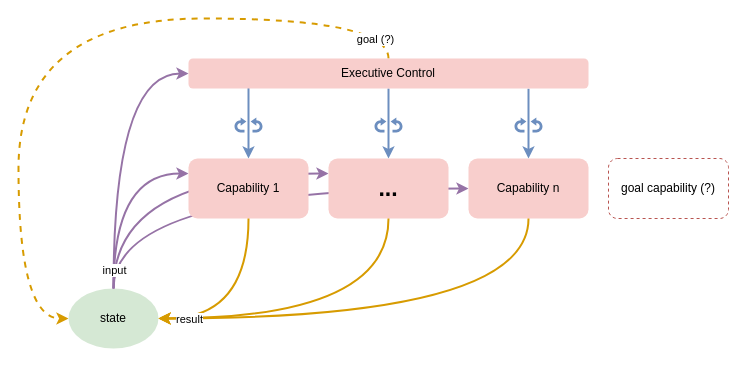
The draw.io diagram page "active-passive-ec" (4 of 5) of files/Biological-basis-for-proto-AGI.drawio in malcolmlett/malcolmlett.github.io, before the edit. Source tidied: cells renumbered, new cells numbered last; positions are measured from the earlier drawing's top-left corner, leaving out a move shared by most shapes. Both pictures are drawn from the tidied source at 100%, with x=0, y=0 at pixel (18, 18).
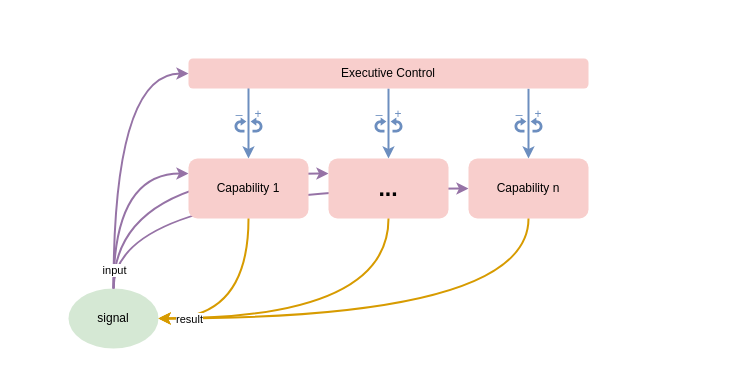
The same diagram, later.

Commit message (it also covers changes not shown here):
Goal setting

Unchanged cells that the change refers to:
```xml
<mxCell id="7" value="Executive Control" style="rounded=1;whiteSpace=wrap;html=1;fillColor=#f8cecc;strokeColor=none;" parent="1" vertex="1">
  <mxGeometry x="170" y="40" width="400" height="30" as="geometry" />
</mxCell>
```

The edit, as a diff of the source:
```diff
@@
-    <mxCell id="5" style="edgeStyle=orthogonalEdgeStyle;curved=1;rounded=0;jettySize=auto;html=1;strokeWidth=2;entryX=0;entryY=0.5;entryDx=0;entryDy=0;fillColor=#ffe6cc;strokeColor=#d79b00;dashed=1;" parent="1" edge="1" source="7" target="9">
-      <mxGeometry relative="1" as="geometry">
-        <Array as="points">
-          <mxPoint x="370" />
-          <mxPoint />
-          <mxPoint y="300" />
-        </Array>
-      </mxGeometry>
-    </mxCell>
-    <mxCell id="6" value="goal (?)" style="edgeLabel;html=1;align=center;verticalAlign=middle;" parent="5" vertex="1">
-      <mxGeometry x="-0.64" y="3" relative="1" as="geometry">
-        <mxPoint x="83.9" y="17" as="offset" />
-      </mxGeometry>
-    </mxCell>
@@
-    <mxCell id="9" value="state" style="ellipse;whiteSpace=wrap;html=1;fillColor=#d5e8d4;strokeColor=none;" parent="1" vertex="1">
+    <mxCell id="9" value="signal" style="ellipse;whiteSpace=wrap;html=1;fillColor=#d5e8d4;strokeColor=none;" parent="1" vertex="1">
       <mxGeometry x="50" y="270" width="90" height="60" as="geometry" />
     </mxCell>
@@
-    <mxCell id="27" value="goal capability (?)" style="rounded=1;whiteSpace=wrap;html=1;strokeColor=#b85450;fillColor=none;dashed=1;" parent="1" vertex="1">
-      <mxGeometry x="590" y="140" width="120" height="60" as="geometry" />
-    </mxCell>
+    <mxCell id="28" value="_" style="text;html=1;align=center;verticalAlign=bottom;whiteSpace=wrap;rounded=0;spacing=0;fontColor=#6C8EBF;" parent="1" vertex="1">
+      <mxGeometry x="216" y="88" width="10" height="10" as="geometry" />
+    </mxCell>
+    <mxCell id="29" value="+" style="text;html=1;align=center;verticalAlign=middle;whiteSpace=wrap;rounded=0;spacing=0;fontColor=#6C8EBF;" parent="1" vertex="1">
+      <mxGeometry x="235" y="91" width="10" height="10" as="geometry" />
+    </mxCell>
+    <mxCell id="30" value="_" style="text;html=1;align=center;verticalAlign=bottom;whiteSpace=wrap;rounded=0;spacing=0;fontColor=#6C8EBF;" parent="1" vertex="1">
+      <mxGeometry x="356" y="88" width="10" height="10" as="geometry" />
+    </mxCell>
+    <mxCell id="31" value="+" style="text;html=1;align=center;verticalAlign=middle;whiteSpace=wrap;rounded=0;spacing=0;fontColor=#6C8EBF;" parent="1" vertex="1">
+      <mxGeometry x="375" y="91" width="10" height="10" as="geometry" />
+    </mxCell>
+    <mxCell id="32" value="_" style="text;html=1;align=center;verticalAlign=bottom;whiteSpace=wrap;rounded=0;spacing=0;fontColor=#6C8EBF;" parent="1" vertex="1">
+      <mxGeometry x="496" y="88" width="10" height="10" as="geometry" />
+    </mxCell>
+    <mxCell id="33" value="+" style="text;html=1;align=center;verticalAlign=middle;whiteSpace=wrap;rounded=0;spacing=0;fontColor=#6C8EBF;" parent="1" vertex="1">
+      <mxGeometry x="515" y="91" width="10" height="10" as="geometry" />
+    </mxCell>
```
